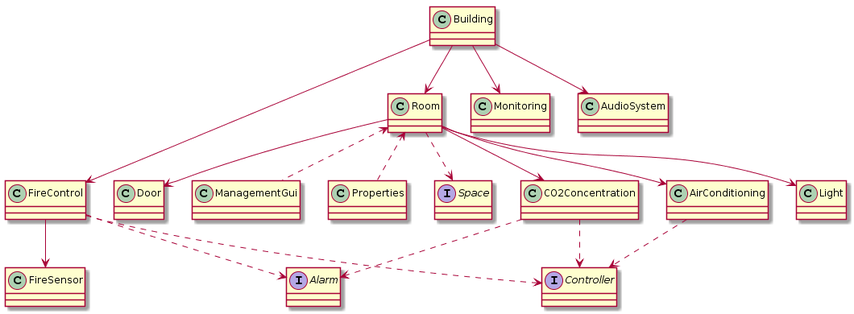
knapcp3/projekt keeps this PlantUML diagram as class_diagram.png. Above is the earlier version. Source of this version:
```plantuml
@startuml
class Building
class Room
class CO2Concentration
class Light
class Door
class AirConditioning
class Monitoring
class FireControl
class FireSensor
class ManagementGui
class Properties
class AudioSystem
interface Space
interface Controller
interface Alarm

Building --> Room
Building --> Monitoring
Building --> FireControl
Building --> AudioSystem
Room --> CO2Concentration
Room --> Light
Room --> AirConditioning
Room --> Door
Room ..> Space
CO2Concentration ..> Alarm
CO2Concentration ..> Controller
AirConditioning ..> Controller
FireControl ..> Alarm
FireControl ..> Controller
FireControl --> FireSensor
Room <.. ManagementGui
Room <.. Properties
@enduml
```
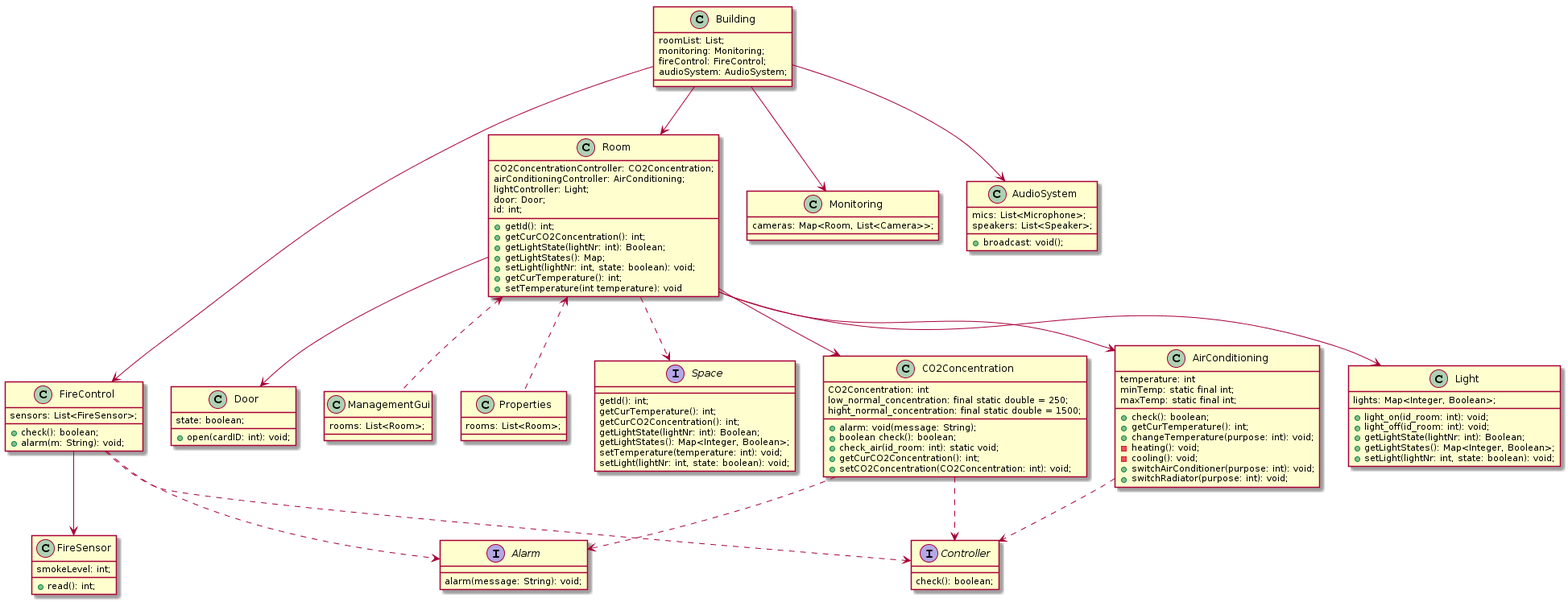
Above is the later version.

Commit message:
modify framework and class diagram

What changed in the source:
```diff
@@ -1,19 +1,108 @@
 @startuml
-class Building
-class Room
-class CO2Concentration
-class Light
-class Door
-class AirConditioning
-class Monitoring
-class FireControl
-class FireSensor
-class ManagementGui
-class Properties
-class AudioSystem
-interface Space
-interface Controller
-interface Alarm
+class Building{
+    roomList: List;
+    monitoring: Monitoring;
+    fireControl: FireControl;
+    audioSystem: AudioSystem;
+}
+class Room{
+    CO2ConcentrationController: CO2Concentration;
+    airConditioningController: AirConditioning;
+    lightController: Light;
+    door: Door;
+    id: int;
+
+    +getId(): int;
+    +getCurCO2Concentration(): int;
+    +getLightState(lightNr: int): Boolean;
+    +getLightStates(): Map;
+    +setLight(lightNr: int, state: boolean): void;
+    +getCurTemperature(): int;
+    +setTemperature(int temperature): void
+}
+class CO2Concentration{
+
+    CO2Concentration: int
+    low_normal_concentration: final static double = 250;
+    hight_normal_concentration: final static double = 1500;
+
+    +alarm: void(message: String);
+    +boolean check(): boolean;
+    +check_air(id_room: int): static void;
+    +getCurCO2Concentration(): int;
+    +setCO2Concentration(CO2Concentration: int): void;
+}
+class Light{
+    lights: Map<Integer, Boolean>;
+
+    +light_on(id_room: int): void;
+    +light_off(id_room: int): void;
+    +getLightState(lightNr: int): Boolean;
+    +getLightStates(): Map<Integer, Boolean>;
+    +setLight(lightNr: int, state: boolean): void;
+}
+class AirConditioning{
+    temperature: int
+    minTemp: static final int;
+    maxTemp: static final int;
+
+    +check(): boolean;
+    +getCurTemperature(): int;
+    +changeTemperature(purpose: int): void;
+    -heating(): void;
+    -cooling(): void;
+    +switchAirConditioner(purpose: int): void;
+    +switchRadiator(purpose: int): void;
+}
+class Door{
+    state: boolean;
+
+    +open(cardID: int): void;
+}
+class Monitoring{
+    cameras: Map<Room, List<Camera>>;
+}
+class FireControl{
+    sensors: List<FireSensor>;
+
+    +check(): boolean;
+    +alarm(m: String): void;
+}
+class FireSensor{
+     smokeLevel: int;
+
+     +read(): int;
+}
+class ManagementGui{
+    rooms: List<Room>;
+
+}
+class Properties{
+    rooms: List<Room>;
+}
+class AudioSystem{
+    mics: List<Microphone>;
+    speakers: List<Speaker>;
+
+    +broadcast: void();
+}
+interface Space{
+    getId(): int;
+    getCurTemperature(): int;
+    getCurCO2Concentration(): int;
+    getLightState(lightNr: int): Boolean;
+    getLightStates(): Map<Integer, Boolean>;
+    setTemperature(temperature: int): void;
+    setLight(lightNr: int, state: boolean): void;
+
+}
+interface Controller{
+    check(): boolean;
+}
+interface Alarm{
+    alarm(message: String): void;
+
+}
 
 Building --> Room
 Building --> Monitoring
```
